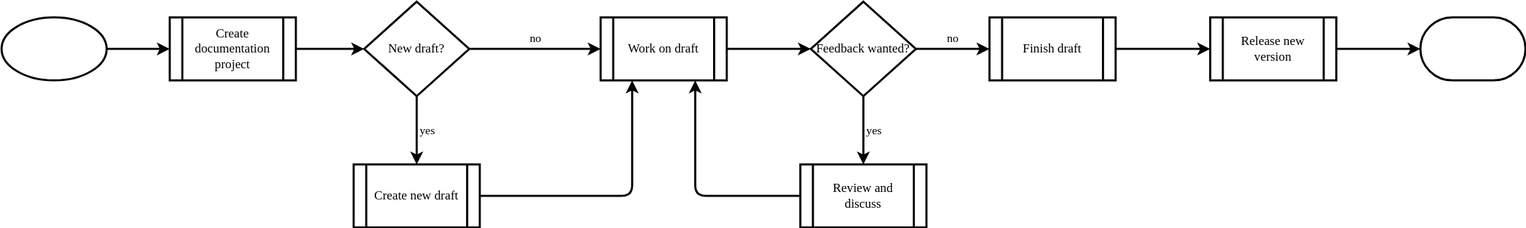
Netbeheer-Nederland/doc-documentation-manual keeps this draw.io diagram as modules/ROOT/images/proc_maintaining_doc_proj.drawio.svg. Above is the earlier version. Source tidied: cells renumbered, new cells last; positions are measured from the earlier drawing's top-left corner, leaving out a move shared by most shapes.
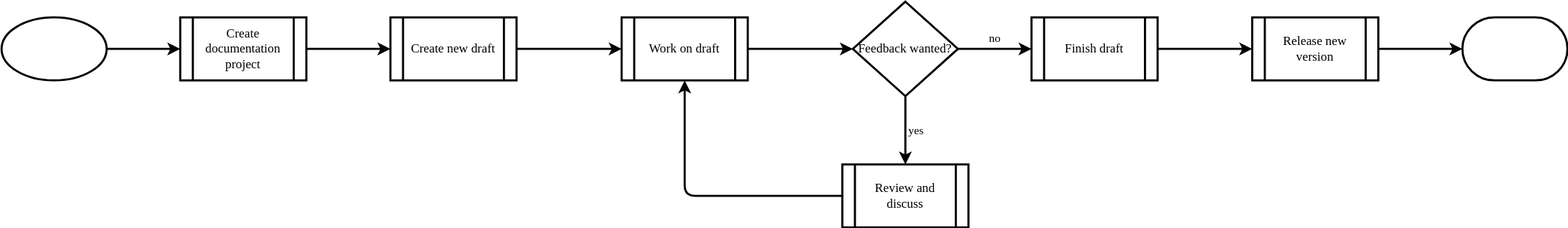
After the change.

Commit message:
Improved overall picture diagram

Diff of the diagram source:
```diff
@@ -2,31 +2,31 @@
   <root>
     <mxCell id="0" />
     <mxCell id="1" parent="0" />
-    <mxCell id="2" style="edgeStyle=orthogonalEdgeStyle;rounded=0;jettySize=auto;html=1;entryX=0;entryY=0.5;entryDx=0;entryDy=0;entryPerimeter=0;strokeWidth=2;fontFamily=Verdana;" parent="1" edge="1" source="3" target="22">
-      <mxGeometry relative="1" as="geometry" />
-    </mxCell>
+    <mxCell id="23" style="edgeStyle=orthogonalEdgeStyle;rounded=0;jettySize=auto;html=1;entryX=0;entryY=0.5;entryDx=0;entryDy=0;labelBackgroundColor=none;strokeWidth=2;" parent="1" edge="1" source="3" target="9">
+      <mxGeometry relative="1" as="geometry" />
+    </mxCell>
     <mxCell id="3" value="Create documentation project" style="shape=process;whiteSpace=wrap;html=1;backgroundOutline=1;strokeWidth=2;fontFamily=Verdana;" parent="1" vertex="1">
-      <mxGeometry x="160" y="15" width="120" height="60" as="geometry" />
+      <mxGeometry x="130" y="15" width="120" height="60" as="geometry" />
     </mxCell>
-    <mxCell id="4" style="edgeStyle=orthogonalEdgeStyle;rounded=0;jettySize=auto;html=1;strokeWidth=2;fontFamily=Verdana;" parent="1" edge="1" source="5" target="3">
+    <mxCell id="4" style="edgeStyle=orthogonalEdgeStyle;rounded=0;jettySize=auto;html=1;strokeWidth=2;entryX=0;entryY=0.5;entryDx=0;entryDy=0;" parent="1" edge="1" source="5" target="3">
       <mxGeometry relative="1" as="geometry" />
     </mxCell>
     <mxCell id="5" style="strokeWidth=2;html=1;shape=mxgraph.flowchart.start_1;whiteSpace=wrap;rounded=0;fontFamily=Verdana;" parent="1" vertex="1">
-      <mxGeometry y="15" width="100" height="60" as="geometry" />
+      <mxGeometry x="-40" y="15" width="100" height="60" as="geometry" />
     </mxCell>
     <mxCell id="6" style="edgeStyle=orthogonalEdgeStyle;rounded=1;jettySize=auto;html=1;labelBackgroundColor=none;strokeWidth=2;fontFamily=Verdana;" parent="1" edge="1" source="7" target="19">
       <mxGeometry relative="1" as="geometry" />
     </mxCell>
     <mxCell id="7" value="Work on draft" style="shape=process;whiteSpace=wrap;html=1;backgroundOutline=1;strokeWidth=2;fontFamily=Verdana;" parent="1" vertex="1">
-      <mxGeometry x="570" y="15" width="120" height="60" as="geometry" />
+      <mxGeometry x="550" y="15" width="120" height="60" as="geometry" />
     </mxCell>
-    <mxCell id="8" style="edgeStyle=orthogonalEdgeStyle;rounded=1;jettySize=auto;html=1;strokeWidth=2;entryX=0.25;entryY=1;entryDx=0;entryDy=0;" parent="1" edge="1" source="9" target="7">
+    <mxCell id="8" style="edgeStyle=orthogonalEdgeStyle;rounded=0;jettySize=auto;html=1;exitX=1;exitY=0.5;exitDx=0;exitDy=0;entryX=0;entryY=0.5;entryDx=0;entryDy=0;labelBackgroundColor=none;strokeWidth=2;" parent="1" edge="1" source="9" target="7">
       <mxGeometry relative="1" as="geometry" />
     </mxCell>
     <mxCell id="9" value="Create new draft" style="shape=process;whiteSpace=wrap;html=1;backgroundOutline=1;strokeWidth=2;fontFamily=Verdana;" parent="1" vertex="1">
-      <mxGeometry x="335" y="155" width="120" height="60" as="geometry" />
+      <mxGeometry x="330" y="15" width="120" height="60" as="geometry" />
     </mxCell>
-    <mxCell id="10" style="edgeStyle=orthogonalEdgeStyle;rounded=1;jettySize=auto;html=1;entryX=0.75;entryY=1;entryDx=0;entryDy=0;labelBackgroundColor=none;strokeWidth=2;fontFamily=Verdana;" parent="1" edge="1" source="11" target="7">
+    <mxCell id="10" style="edgeStyle=orthogonalEdgeStyle;rounded=1;jettySize=auto;html=1;entryX=0.5;entryY=1;entryDx=0;entryDy=0;labelBackgroundColor=none;strokeWidth=2;fontFamily=Verdana;" parent="1" edge="1" source="11" target="7">
       <mxGeometry relative="1" as="geometry" />
     </mxCell>
     <mxCell id="11" value="Review and discuss" style="shape=process;whiteSpace=wrap;html=1;backgroundOutline=1;strokeWidth=2;fontFamily=Verdana;" parent="1" vertex="1">
@@ -56,14 +56,5 @@
     <mxCell id="19" value="Feedback wanted?" style="strokeWidth=2;html=1;shape=mxgraph.flowchart.decision;whiteSpace=wrap;strokeColor=#000000;fontFamily=Verdana;" parent="1" vertex="1">
       <mxGeometry x="770" width="100" height="90" as="geometry" />
     </mxCell>
-    <mxCell id="20" value="yes" style="edgeStyle=orthogonalEdgeStyle;rounded=0;jettySize=auto;html=1;strokeWidth=2;fontFamily=Verdana;spacingRight=0;spacingLeft=20;labelBackgroundColor=none;" parent="1" edge="1" source="22" target="9">
-      <mxGeometry relative="1" as="geometry" />
-    </mxCell>
-    <mxCell id="21" value="no" style="edgeStyle=orthogonalEdgeStyle;rounded=1;jettySize=auto;html=1;entryX=0;entryY=0.5;entryDx=0;entryDy=0;labelBackgroundColor=none;strokeWidth=2;fontFamily=Verdana;spacingBottom=20;" parent="1" edge="1" source="22" target="7">
-      <mxGeometry relative="1" as="geometry" />
-    </mxCell>
-    <mxCell id="22" value="New draft?" style="strokeWidth=2;html=1;shape=mxgraph.flowchart.decision;whiteSpace=wrap;strokeColor=#000000;fontFamily=Verdana;" parent="1" vertex="1">
-      <mxGeometry x="345" width="100" height="90" as="geometry" />
-    </mxCell>
   </root>
 </mxGraphModel>
```
